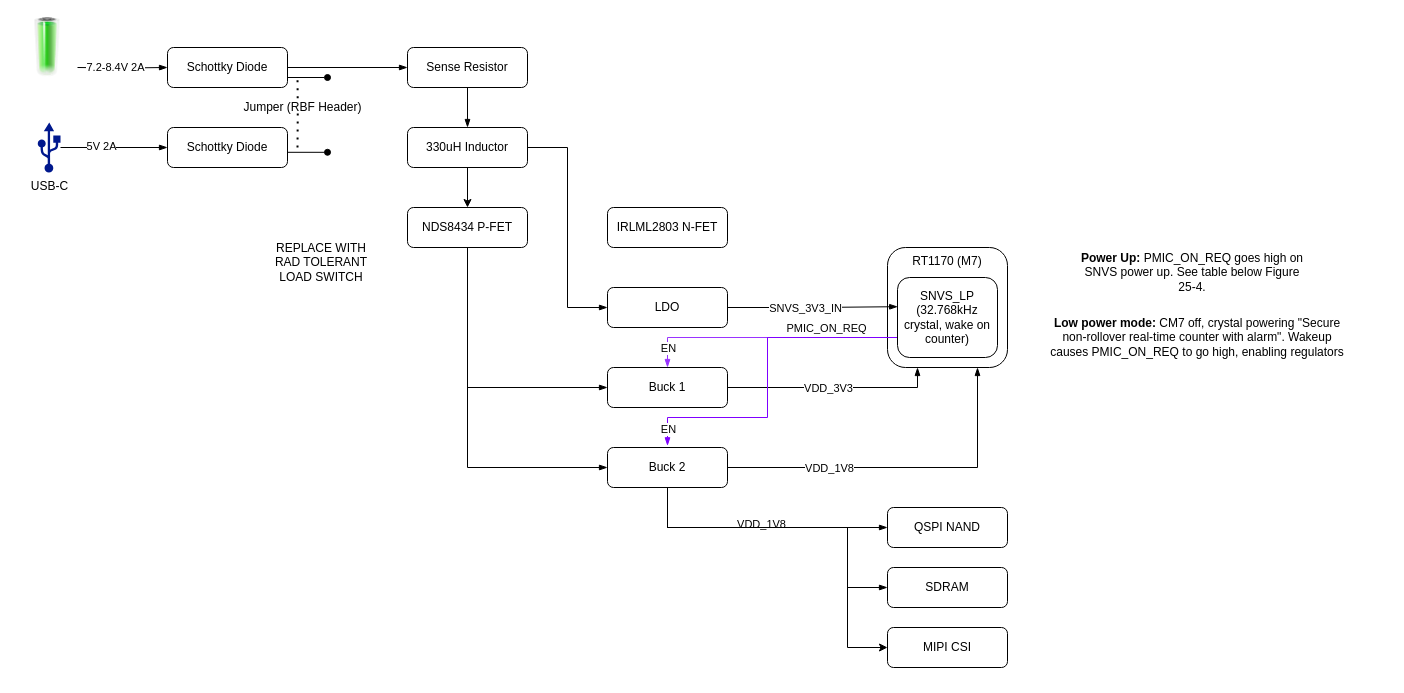
The draw.io diagram cpu_board/power_diagram.drawio in polygnomial/adcs, before the edit. Source tidied: cells renumbered, new cells numbered last; positions are measured from the earlier drawing's top-left corner, leaving out a move shared by most shapes. Both pictures are drawn from the tidied source at 100%, with x=0, y=0 at pixel (17, 17).
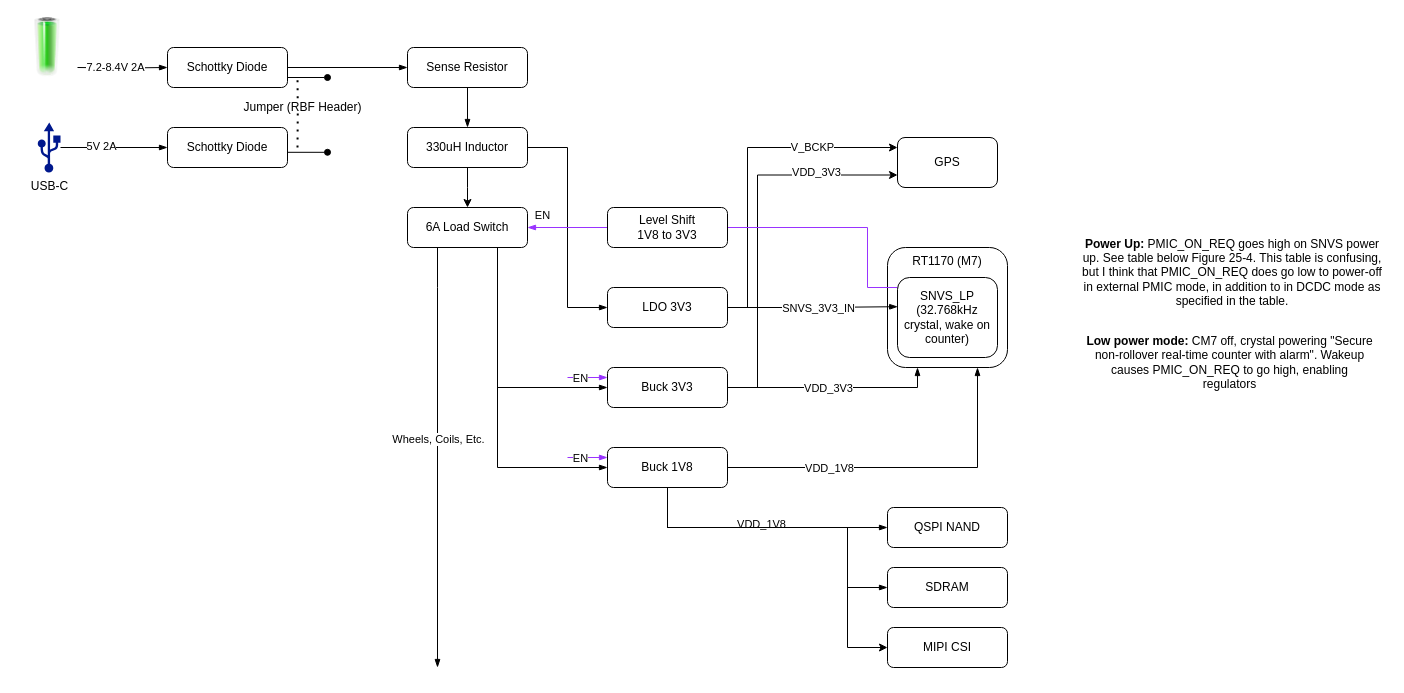
After the change.

Unchanged cells that the change refers to:
```xml
<mxCell id="8" value="330uH Inductor" style="rounded=1;whiteSpace=wrap;html=1;fontSize=12;glass=0;strokeWidth=1;shadow=0;" parent="1" vertex="1">
  <mxGeometry x="390" y="110" width="120" height="40" as="geometry" />
</mxCell>
<mxCell id="32" style="edgeStyle=orthogonalEdgeStyle;rounded=0;jettySize=auto;html=1;entryX=0.002;entryY=0.365;entryDx=0;entryDy=0;endArrow=blockThin;endFill=1;entryPerimeter=0;" parent="1" edge="1" source="34" target="45">
  <mxGeometry relative="1" as="geometry" />
</mxCell>
<mxCell id="45" value="SNVS_LP (32.768kHz crystal, wake on counter)" style="rounded=1;whiteSpace=wrap;html=1;fontSize=12;glass=0;strokeWidth=1;shadow=0;" parent="1" vertex="1">
  <mxGeometry x="880" y="260" width="100" height="80" as="geometry" />
</mxCell>
```

Change to the diagram source:
```diff
@@
-    <mxCell id="7" style="edgeStyle=orthogonalEdgeStyle;rounded=0;jettySize=auto;html=1;" parent="1" edge="1" source="8" target="20">
-      <mxGeometry relative="1" as="geometry" />
+    <mxCell id="7" style="edgeStyle=orthogonalEdgeStyle;rounded=0;jettySize=auto;html=1;" parent="1" edge="1" source="8">
+      <mxGeometry relative="1" as="geometry">
+        <mxPoint x="450" y="190" as="targetPoint" />
+      </mxGeometry>
     </mxCell>
@@
-    <mxCell id="20" value="NDS8434 P-FET" style="rounded=1;whiteSpace=wrap;html=1;fontSize=12;glass=0;strokeWidth=1;shadow=0;" parent="1" vertex="1">
-      <mxGeometry x="390" y="190" width="120" height="40" as="geometry" />
-    </mxCell>
@@
+    <mxCell id="51" style="edgeStyle=orthogonalEdgeStyle;rounded=0;jettySize=auto;html=1;entryX=0;entryY=0.75;entryDx=0;entryDy=0;" parent="1" edge="1" source="24" target="57">
+      <mxGeometry relative="1" as="geometry">
+        <Array as="points">
+          <mxPoint x="740" y="370" />
+          <mxPoint x="740" y="158" />
+          <mxPoint x="880" y="158" />
+        </Array>
+      </mxGeometry>
+    </mxCell>
+    <mxCell id="52" style="edgeLabel;html=1;align=center;verticalAlign=middle;" parent="51" vertex="1">
+      <mxGeometry x="0.67" y="1" relative="1" as="geometry" />
+    </mxCell>
+    <mxCell id="53" style="edgeLabel;html=1;align=center;verticalAlign=middle;" parent="51" vertex="1">
+      <mxGeometry x="0.62" y="1" relative="1" as="geometry" />
+    </mxCell>
+    <mxCell id="54" value="VDD_3V3" style="edgeLabel;html=1;align=center;verticalAlign=middle;" parent="51" vertex="1">
+      <mxGeometry x="0.63" y="3" relative="1" as="geometry">
+        <mxPoint x="-11" as="offset" />
+      </mxGeometry>
+    </mxCell>
-    <mxCell id="24" value="Buck 1" style="rounded=1;whiteSpace=wrap;html=1;fontSize=12;glass=0;strokeWidth=1;shadow=0;" parent="1" vertex="1">
+    <mxCell id="24" value="Buck 3V3" style="rounded=1;whiteSpace=wrap;html=1;fontSize=12;glass=0;strokeWidth=1;shadow=0;" parent="1" vertex="1">
       <mxGeometry x="590" y="350" width="120" height="40" as="geometry" />
     </mxCell>
@@
-    <mxCell id="31" value="Buck 2" style="rounded=1;whiteSpace=wrap;html=1;fontSize=12;glass=0;strokeWidth=1;shadow=0;" parent="1" vertex="1">
+    <mxCell id="31" value="Buck 1V8" style="rounded=1;whiteSpace=wrap;html=1;fontSize=12;glass=0;strokeWidth=1;shadow=0;" parent="1" vertex="1">
       <mxGeometry x="590" y="430" width="120" height="40" as="geometry" />
     </mxCell>
@@
     <mxCell id="33" value="SNVS_3V3_IN" style="edgeLabel;html=1;align=center;verticalAlign=middle;" parent="32" vertex="1">
-      <mxGeometry x="-0.1" relative="1" as="geometry" />
+      <mxGeometry x="-0.1" relative="1" as="geometry">
+        <mxPoint x="13" as="offset" />
+      </mxGeometry>
     </mxCell>
+    <mxCell id="55" style="edgeStyle=orthogonalEdgeStyle;rounded=0;jettySize=auto;html=1;entryX=0;entryY=0.2;entryDx=0;entryDy=0;entryPerimeter=0;" parent="1" edge="1" target="57">
+      <mxGeometry relative="1" as="geometry">
+        <mxPoint x="710" y="280.5" as="sourcePoint" />
+        <Array as="points">
+          <mxPoint x="710" y="290" />
+          <mxPoint x="730" y="290" />
+          <mxPoint x="730" y="130" />
+        </Array>
+      </mxGeometry>
+    </mxCell>
+    <mxCell id="56" value="V_BCKP" style="edgeLabel;html=1;align=center;verticalAlign=middle;" parent="55" vertex="1">
+      <mxGeometry x="0.67" y="1" relative="1" as="geometry">
+        <mxPoint x="-29" as="offset" />
+      </mxGeometry>
+    </mxCell>
-    <mxCell id="34" value="LDO" style="rounded=1;whiteSpace=wrap;html=1;fontSize=12;glass=0;strokeWidth=1;shadow=0;" parent="1" vertex="1">
+    <mxCell id="34" value="LDO 3V3" style="rounded=1;whiteSpace=wrap;html=1;fontSize=12;glass=0;strokeWidth=1;shadow=0;" parent="1" vertex="1">
       <mxGeometry x="590" y="270" width="120" height="40" as="geometry" />
     </mxCell>
@@
-    <mxCell id="36" style="edgeStyle=orthogonalEdgeStyle;rounded=0;jettySize=auto;html=1;endArrow=blockThin;endFill=1;entryX=0;entryY=0.5;entryDx=0;entryDy=0;exitX=0.5;exitY=1;exitDx=0;exitDy=0;" parent="1" edge="1" source="20" target="24">
-      <mxGeometry relative="1" as="geometry" />
+    <mxCell id="36" style="edgeStyle=orthogonalEdgeStyle;rounded=0;jettySize=auto;html=1;endArrow=blockThin;endFill=1;entryX=0;entryY=0.5;entryDx=0;entryDy=0;exitX=0.75;exitY=1;exitDx=0;exitDy=0;" parent="1" edge="1" source="48" target="24">
+      <mxGeometry relative="1" as="geometry">
+        <Array as="points">
+          <mxPoint x="480" y="370" />
+        </Array>
+      </mxGeometry>
     </mxCell>
-    <mxCell id="37" style="edgeStyle=orthogonalEdgeStyle;rounded=0;jettySize=auto;html=1;entryX=0;entryY=0.5;entryDx=0;entryDy=0;endArrow=blockThin;endFill=1;exitX=0.5;exitY=1;exitDx=0;exitDy=0;" parent="1" edge="1" source="20" target="31">
+    <mxCell id="37" style="edgeStyle=orthogonalEdgeStyle;rounded=0;jettySize=auto;html=1;entryX=0;entryY=0.5;entryDx=0;entryDy=0;endArrow=blockThin;endFill=1;exitX=0.75;exitY=1;exitDx=0;exitDy=0;" parent="1" edge="1" source="48" target="31">
       <mxGeometry relative="1" as="geometry" />
     </mxCell>
@@
-    <mxCell id="40" style="edgeStyle=orthogonalEdgeStyle;rounded=0;jettySize=auto;html=1;entryX=0.5;entryY=0;entryDx=0;entryDy=0;startArrow=none;startFill=0;endArrow=blockThin;endFill=1;strokeColor=#9933FF;" parent="1" edge="1" source="45" target="24">
+    <mxCell id="40" style="edgeStyle=orthogonalEdgeStyle;rounded=0;jettySize=auto;html=1;entryX=1;entryY=0.5;entryDx=0;entryDy=0;startArrow=none;startFill=0;endArrow=blockThin;endFill=1;strokeColor=#9933FF;" parent="1" edge="1" source="45" target="48">
       <mxGeometry relative="1" as="geometry">
         <Array as="points">
-          <mxPoint x="650" y="320" />
+          <mxPoint x="850" y="270" />
+          <mxPoint x="850" y="210" />
         </Array>
       </mxGeometry>
     </mxCell>
@@
-    <mxCell id="42" style="edgeStyle=orthogonalEdgeStyle;rounded=0;jettySize=auto;html=1;startArrow=none;startFill=0;endArrow=blockThin;endFill=1;strokeColor=#7F00FF;entryX=0.5;entryY=-0.043;entryDx=0;entryDy=0;entryPerimeter=0;" parent="1" edge="1" source="45" target="31">
-      <mxGeometry relative="1" as="geometry">
-        <Array as="points">
-          <mxPoint x="750" y="320" />
-          <mxPoint x="750" y="400" />
-          <mxPoint x="650" y="400" />
-        </Array>
-      </mxGeometry>
-    </mxCell>
-    <mxCell id="43" value="PMIC_ON_REQ" style="edgeLabel;html=1;align=center;verticalAlign=middle;" parent="42" vertex="1">
-      <mxGeometry x="-0.48" y="2" relative="1" as="geometry">
-        <mxPoint x="16" y="-12" as="offset" />
-      </mxGeometry>
-    </mxCell>
-    <mxCell id="44" value="EN" style="edgeLabel;html=1;align=center;verticalAlign=middle;" parent="42" vertex="1">
-      <mxGeometry x="0.95" relative="1" as="geometry">
-        <mxPoint y="-9" as="offset" />
-      </mxGeometry>
-    </mxCell>
@@
     <mxCell id="47" value="&lt;b&gt;Low power mode:&lt;/b&gt; CM7 off, crystal powering &quot;Secure non-rollover real-time counter with alarm&quot;. Wakeup causes PMIC_ON_REQ to go high, enabling regulators" style="text;html=1;strokeColor=none;fillColor=none;align=center;verticalAlign=middle;whiteSpace=wrap;rounded=0;" parent="1" vertex="1">
-      <mxGeometry x="1030" y="305" width="300" height="30" as="geometry" />
+      <mxGeometry x="1065" y="330" width="295" height="30" as="geometry" />
     </mxCell>
-    <mxCell id="48" value="IRLML2803 N-FET" style="rounded=1;whiteSpace=wrap;html=1;fontSize=12;glass=0;strokeWidth=1;shadow=0;" parent="1" vertex="1">
-      <mxGeometry x="590" y="190" width="120" height="40" as="geometry" />
+    <mxCell id="48" value="6A Load Switch" style="rounded=1;whiteSpace=wrap;html=1;fontSize=12;glass=0;strokeWidth=1;shadow=0;" parent="1" vertex="1">
+      <mxGeometry x="390" y="190" width="120" height="40" as="geometry" />
     </mxCell>
-    <mxCell id="49" value="&lt;b&gt;Power Up:&amp;nbsp;&lt;/b&gt;PMIC_ON_REQ goes high on SNVS power up. See table below&amp;nbsp;Figure 25-4." style="text;html=1;strokeColor=none;fillColor=none;align=center;verticalAlign=middle;whiteSpace=wrap;rounded=0;" parent="1" vertex="1">
-      <mxGeometry x="1060" y="240" width="230" height="30" as="geometry" />
+    <mxCell id="49" value="&lt;b&gt;Power Up:&amp;nbsp;&lt;/b&gt;PMIC_ON_REQ goes high on SNVS power up. See table below&amp;nbsp;Figure 25-4. This table is confusing, but I think that PMIC_ON_REQ does go low to power-off in external PMIC mode, in addition to in DCDC mode as specified in the table." style="text;html=1;strokeColor=none;fillColor=none;align=center;verticalAlign=middle;whiteSpace=wrap;rounded=0;" parent="1" vertex="1">
+      <mxGeometry x="1060" y="240" width="310" height="30" as="geometry" />
     </mxCell>
-    <mxCell id="50" value="REPLACE WITH RAD TOLERANT LOAD SWITCH" style="text;html=1;strokeColor=none;fillColor=none;align=center;verticalAlign=middle;whiteSpace=wrap;rounded=0;" parent="1" vertex="1">
-      <mxGeometry x="244" y="230" width="120" height="30" as="geometry" />
-    </mxCell>
+    <mxCell id="57" value="GPS" style="rounded=1;whiteSpace=wrap;html=1;fontSize=12;glass=0;strokeWidth=1;shadow=0;" parent="1" vertex="1">
+      <mxGeometry x="880" y="120" width="100" height="50" as="geometry" />
+    </mxCell>
+    <mxCell id="58" value="Level Shift &lt;br&gt;1V8 to 3V3" style="rounded=1;whiteSpace=wrap;html=1;fontSize=12;glass=0;strokeWidth=1;shadow=0;" parent="1" vertex="1">
+      <mxGeometry x="590" y="190" width="120" height="40" as="geometry" />
+    </mxCell>
+    <mxCell id="59" style="endArrow=blockThin;html=1;rounded=0;entryX=0;entryY=0.25;entryDx=0;entryDy=0;fillColor=#e1d5e7;strokeColor=#9933FF;endFill=1;" parent="1" edge="1" target="24">
+      <mxGeometry relative="1" as="geometry">
+        <mxPoint x="550" y="360" as="sourcePoint" />
+      </mxGeometry>
+    </mxCell>
+    <mxCell id="60" value="EN" style="edgeLabel;html=1;align=center;verticalAlign=middle;" parent="59" vertex="1">
+      <mxGeometry x="-0.39" relative="1" as="geometry" />
+    </mxCell>
+    <mxCell id="61" style="endArrow=blockThin;html=1;rounded=0;entryX=0;entryY=0.25;entryDx=0;entryDy=0;fillColor=#e1d5e7;strokeColor=#9933FF;endFill=1;" parent="1" edge="1">
+      <mxGeometry relative="1" as="geometry">
+        <mxPoint x="550" y="440" as="sourcePoint" />
+        <mxPoint x="590" y="440" as="targetPoint" />
+      </mxGeometry>
+    </mxCell>
+    <mxCell id="62" value="EN" style="edgeLabel;html=1;align=center;verticalAlign=middle;" parent="61" vertex="1">
+      <mxGeometry x="-0.39" relative="1" as="geometry" />
+    </mxCell>
+    <mxCell id="63" style="edgeStyle=orthogonalEdgeStyle;rounded=0;jettySize=auto;html=1;endArrow=blockThin;endFill=1;exitX=0.25;exitY=1;exitDx=0;exitDy=0;" parent="1" edge="1" source="48">
+      <mxGeometry relative="1" as="geometry">
+        <mxPoint x="420" y="650" as="targetPoint" />
+        <Array as="points">
+          <mxPoint x="420" y="270" />
+        </Array>
+      </mxGeometry>
+    </mxCell>
+    <mxCell id="64" value="Wheels, Coils, Etc." style="edgeLabel;html=1;align=center;verticalAlign=middle;" parent="63" vertex="1">
+      <mxGeometry x="-0.09" relative="1" as="geometry" />
+    </mxCell>
```
